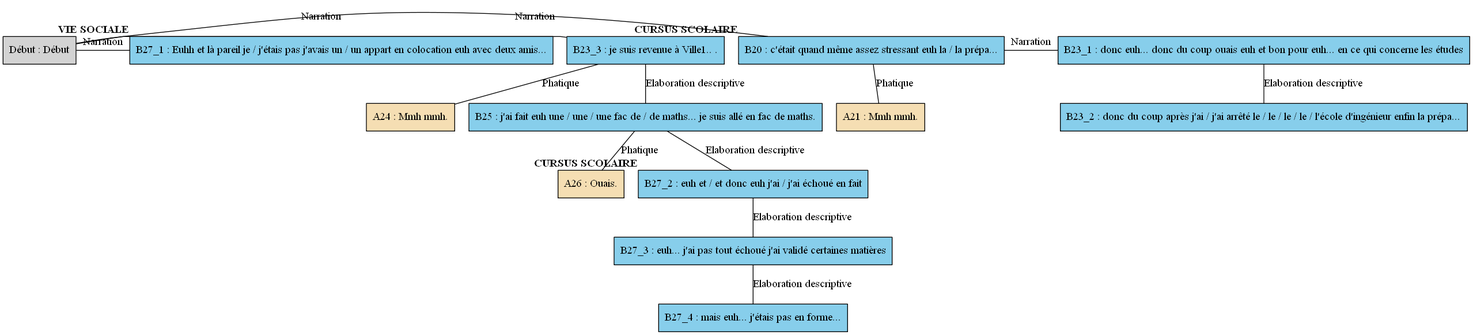
The Graphviz diagram arbres/Nord/Nord_-_A12.gv.png in AlaixComet/AnnotationSlamPTut, before a commit. Its source is kept beside it as arbres/Nord/Nord_-_A12.gv.
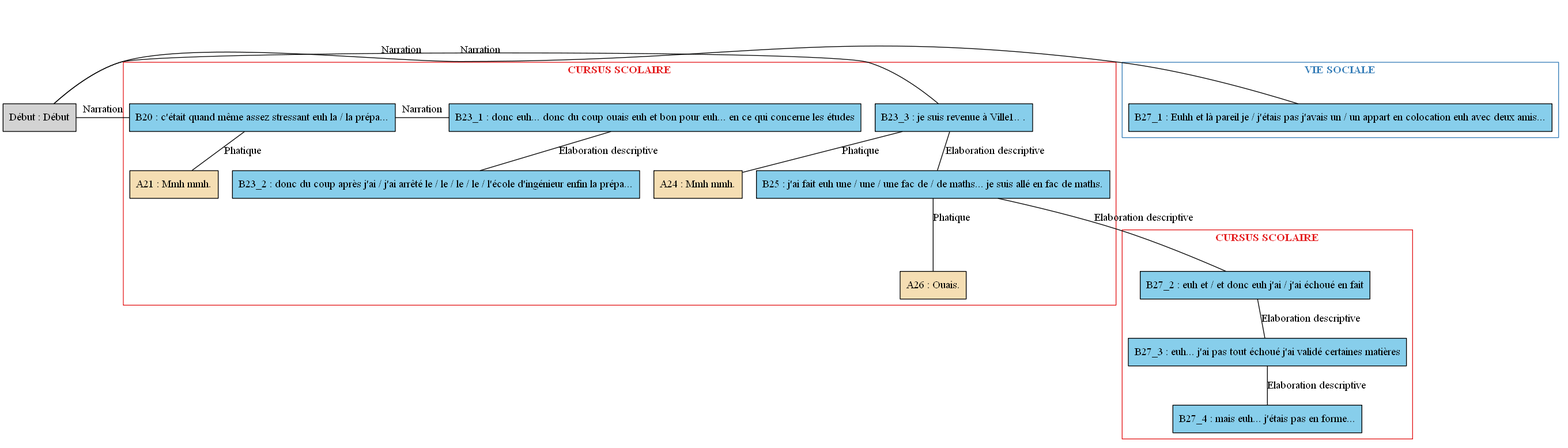
Above is the later version.

Change to the diagram source:
```diff
@@ -1,48 +1,65 @@
 digraph A12 {
 	node [shape=box style=filled]
-	"Début" [label="Début : Début" xlabel=""]
-	B20 [label="B20 : c'était quand même assez stressant euh la / la prépa..." fillcolor=skyblue xlabel=<<B>CURSUS SCOLAIRE</B>>]
-	A21 [label="A21 : Mmh mmh." fillcolor=wheat xlabel=""]
-	B23_1 [label="B23_1 : donc euh... donc du coup ouais euh et bon pour euh... en ce qui concerne les études" fillcolor=skyblue xlabel=""]
-	B23_2 [label="B23_2 : donc du coup après j'ai / j'ai arrêté le / le / le / le / l'école d'ingénieur enfin la prépa..." fillcolor=skyblue xlabel=""]
-	B23_3 [label="B23_3 : je suis revenue à Ville1.. ." fillcolor=skyblue xlabel=""]
-	A24 [label="A24 : Mmh mmh." fillcolor=wheat xlabel=""]
-	B25 [label="B25 : j'ai fait euh une / une / une fac de / de maths... je suis allé en fac de maths." fillcolor=skyblue xlabel=""]
-	A26 [label="A26 : Ouais." fillcolor=wheat xlabel=""]
-	B27_1 [label="B27_1 : Euhh et là pareil je / j'étais pas j'avais un / un appart en colocation euh avec deux amis..." fillcolor=skyblue xlabel=<<B>VIE SOCIALE</B>>]
-	B27_2 [label="B27_2 : euh et / et donc euh j'ai / j'ai échoué en fait" fillcolor=skyblue xlabel=<<B>CURSUS SCOLAIRE</B>>]
-	B27_3 [label="B27_3 : euh... j'ai pas tout échoué j'ai validé certaines matières" fillcolor=skyblue xlabel=""]
-	B27_4 [label="B27_4 : mais euh... j'étais pas en forme..." fillcolor=skyblue xlabel=""]
-	{
-		rank=same
-		"Début"
+	newrank=true
+	zero [style=invis]
+	"Début" [label="Début : Début"]
+	B20 [label="B20 : c'était quand même assez stressant euh la / la prépa..." fillcolor=skyblue]
+	A21 [label="A21 : Mmh mmh." fillcolor=wheat]
+	B23_1 [label="B23_1 : donc euh... donc du coup ouais euh et bon pour euh... en ce qui concerne les études" fillcolor=skyblue]
+	B23_2 [label="B23_2 : donc du coup après j'ai / j'ai arrêté le / le / le / le / l'école d'ingénieur enfin la prépa..." fillcolor=skyblue]
+	B23_3 [label="B23_3 : je suis revenue à Ville1.. ." fillcolor=skyblue]
+	A24 [label="A24 : Mmh mmh." fillcolor=wheat]
+	B25 [label="B25 : j'ai fait euh une / une / une fac de / de maths... je suis allé en fac de maths." fillcolor=skyblue]
+	A26 [label="A26 : Ouais." fillcolor=wheat]
+	B27_1 [label="B27_1 : Euhh et là pareil je / j'étais pas j'avais un / un appart en colocation euh avec deux amis..." fillcolor=skyblue]
+	B27_2 [label="B27_2 : euh et / et donc euh j'ai / j'ai échoué en fait" fillcolor=skyblue]
+	B27_3 [label="B27_3 : euh... j'ai pas tout échoué j'ai validé certaines matières" fillcolor=skyblue]
+	B27_4 [label="B27_4 : mais euh... j'étais pas en forme..." fillcolor=skyblue]
+	zero -> "Début" [label="" style=invis]
+	zero -> B20 [style=invis weight=1]
+	"Début" -> B20 [label=Narration constraint=false dir=none]
+	B20 -> A21 [label=Phatique dir=none weight=2]
+	zero -> B23_1 [style=invis weight=1]
+	B20 -> B23_1 [label=Narration constraint=false dir=none]
+	B23_1 -> B23_2 [label="Elaboration descriptive" dir=none weight=2]
+	zero -> B23_3 [style=invis weight=1]
+	"Début" -> B23_3 [label=Narration constraint=false dir=none]
+	B23_3 -> A24 [label=Phatique dir=none weight=2]
+	B23_3 -> B25 [label="Elaboration descriptive" dir=none weight=2]
+	B25 -> A26 [label=Phatique dir=none weight=2]
+	zero -> B27_1 [style=invis weight=1]
+	"Début" -> B27_1 [label=Narration constraint=false dir=none]
+	B25 -> B27_2 [label="Elaboration descriptive" dir=none weight=2]
+	B27_2 -> B27_3 [label="Elaboration descriptive" dir=none weight=2]
+	B27_3 -> B27_4 [label="Elaboration descriptive" dir=none weight=2]
+	subgraph cluster_1 {
+		label=<<B>CURSUS SCOLAIRE</B>>
+		colorscheme=set19
+		color=1
+		fontcolor=1
 		B20
-		"Début" -> B20 [label=Narration dir=none]
+		A21
+		B23_1
+		B23_2
+		B23_3
+		A24
+		B25
+		A26
 	}
-	B20 -> A21 [label=Phatique dir=none]
-	{
-		rank=same
-		B20
-		B23_1
-		B20 -> B23_1 [label=Narration dir=none]
+	subgraph cluster_2 {
+		label=<<B>VIE SOCIALE</B>>
+		colorscheme=set19
+		color=2
+		fontcolor=2
+		B27_1
 	}
-	B23_1 -> B23_2 [label="Elaboration descriptive" dir=none]
-	{
-		rank=same
-		"Début"
-		B23_3
-		"Début" -> B23_3 [label=Narration dir=none]
+	subgraph cluster_3 {
+		label=<<B>CURSUS SCOLAIRE</B>>
+		colorscheme=set19
+		color=1
+		fontcolor=1
+		B27_2
+		B27_3
+		B27_4
 	}
-	B23_3 -> A24 [label=Phatique dir=none]
-	B23_3 -> B25 [label="Elaboration descriptive" dir=none]
-	B25 -> A26 [label=Phatique dir=none]
-	{
-		rank=same
-		"Début"
-		B27_1
-		"Début" -> B27_1 [label=Narration dir=none]
-	}
-	B25 -> B27_2 [label="Elaboration descriptive" dir=none]
-	B27_2 -> B27_3 [label="Elaboration descriptive" dir=none]
-	B27_3 -> B27_4 [label="Elaboration descriptive" dir=none]
 }
```
